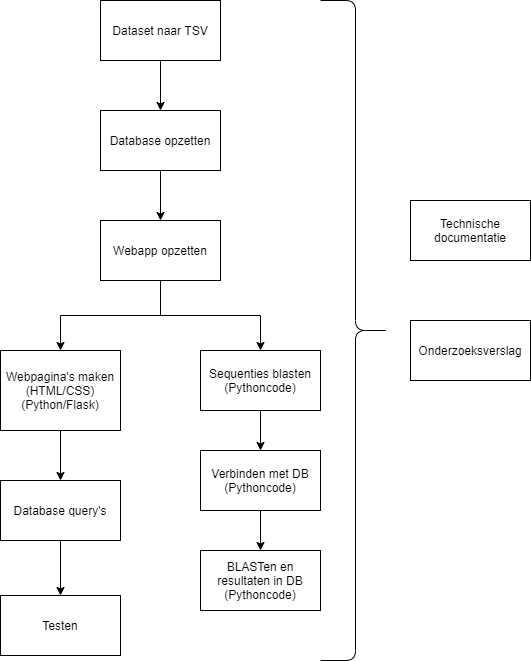
The draw.io diagram _doc/Flowchart Project.png in AmberPyckevet/han-bi4a-1c-3-project, before a commit. Source tidied: cells renumbered, new cells last; positions are measured from the earlier drawing's top-left corner, leaving out a move shared by most shapes. Its diagram source:
```xml
<mxGraphModel>
  <root>
    <mxCell id="0" />
    <mxCell id="1" parent="0" />
    <mxCell id="2" style="edgeStyle=orthogonalEdgeStyle;rounded=0;jettySize=auto;html=1;" parent="1" edge="1" source="3" target="6">
      <mxGeometry relative="1" as="geometry" />
    </mxCell>
    <mxCell id="3" value="Database opzetten" style="rounded=0;whiteSpace=wrap;html=1;" parent="1" vertex="1">
      <mxGeometry x="100" y="110" width="120" height="60" as="geometry" />
    </mxCell>
    <mxCell id="4" style="edgeStyle=orthogonalEdgeStyle;rounded=0;jettySize=auto;html=1;" parent="1" edge="1" source="6" target="8">
      <mxGeometry relative="1" as="geometry" />
    </mxCell>
    <mxCell id="5" style="edgeStyle=orthogonalEdgeStyle;rounded=0;jettySize=auto;html=1;" parent="1" edge="1" source="6" target="10">
      <mxGeometry relative="1" as="geometry" />
    </mxCell>
    <mxCell id="6" value="Webapp opzetten" style="rounded=0;whiteSpace=wrap;html=1;" parent="1" vertex="1">
      <mxGeometry x="100" y="220" width="120" height="60" as="geometry" />
    </mxCell>
    <mxCell id="7" style="edgeStyle=orthogonalEdgeStyle;rounded=0;jettySize=auto;html=1;" parent="1" edge="1" source="8" target="21">
      <mxGeometry relative="1" as="geometry" />
    </mxCell>
    <mxCell id="8" value="Webpagina's maken&lt;br&gt;(HTML/CSS)&lt;br&gt;(Python/Flask)" style="rounded=0;whiteSpace=wrap;html=1;" parent="1" vertex="1">
      <mxGeometry y="350" width="120" height="80" as="geometry" />
    </mxCell>
    <mxCell id="9" style="edgeStyle=orthogonalEdgeStyle;rounded=0;jettySize=auto;html=1;" parent="1" edge="1" source="10" target="15">
      <mxGeometry relative="1" as="geometry" />
    </mxCell>
    <mxCell id="10" value="Sequenties blasten&lt;br&gt;(Pythoncode)" style="rounded=0;whiteSpace=wrap;html=1;" parent="1" vertex="1">
      <mxGeometry x="200" y="350" width="120" height="60" as="geometry" />
    </mxCell>
    <mxCell id="11" value="BLASTen en resultaten in DB&lt;br&gt;(Pythoncode)" style="rounded=0;whiteSpace=wrap;html=1;" parent="1" vertex="1">
      <mxGeometry x="200" y="550" width="120" height="60" as="geometry" />
    </mxCell>
    <mxCell id="12" value="Onderzoeksverslag" style="rounded=0;whiteSpace=wrap;html=1;" parent="1" vertex="1">
      <mxGeometry x="410" y="320" width="120" height="60" as="geometry" />
    </mxCell>
    <mxCell id="13" value="Testen" style="rounded=0;whiteSpace=wrap;html=1;" parent="1" vertex="1">
      <mxGeometry y="595" width="120" height="60" as="geometry" />
    </mxCell>
    <mxCell id="14" style="edgeStyle=orthogonalEdgeStyle;rounded=0;jettySize=auto;html=1;" parent="1" edge="1" source="15" target="11">
      <mxGeometry relative="1" as="geometry" />
    </mxCell>
    <mxCell id="15" value="Verbinden met DB&lt;br&gt;(Pythoncode)" style="rounded=0;whiteSpace=wrap;html=1;" parent="1" vertex="1">
      <mxGeometry x="200" y="450" width="120" height="60" as="geometry" />
    </mxCell>
    <mxCell id="16" style="edgeStyle=orthogonalEdgeStyle;rounded=0;jettySize=auto;html=1;" parent="1" edge="1" source="17" target="3">
      <mxGeometry relative="1" as="geometry" />
    </mxCell>
    <mxCell id="17" value="Dataset naar TSV" style="rounded=0;whiteSpace=wrap;html=1;" parent="1" vertex="1">
      <mxGeometry x="100" width="120" height="60" as="geometry" />
    </mxCell>
    <mxCell id="18" value="Technische documentatie" style="rounded=0;whiteSpace=wrap;html=1;" parent="1" vertex="1">
      <mxGeometry x="410" y="200" width="120" height="60" as="geometry" />
    </mxCell>
    <mxCell id="19" style="shape=curlyBracket;whiteSpace=wrap;html=1;rounded=1;rotation=-180;" parent="1" vertex="1">
      <mxGeometry x="320" width="70" height="660" as="geometry" />
    </mxCell>
    <mxCell id="20" style="edgeStyle=orthogonalEdgeStyle;rounded=0;jettySize=auto;html=1;entryX=0.5;entryY=0;entryDx=0;entryDy=0;" parent="1" edge="1" source="21" target="13">
      <mxGeometry relative="1" as="geometry" />
    </mxCell>
    <mxCell id="21" value="Database query's" style="rounded=0;whiteSpace=wrap;html=1;" parent="1" vertex="1">
      <mxGeometry y="480" width="120" height="60" as="geometry" />
    </mxCell>
  </root>
</mxGraphModel>
```
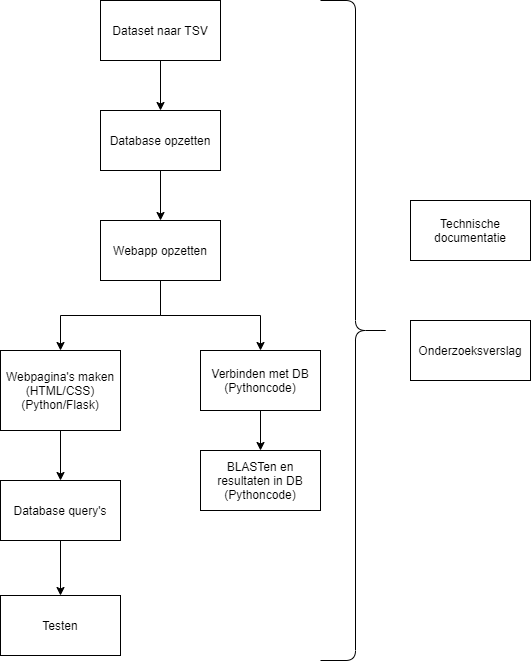
Above is the later version.

The edit, as a diff of the source:
```diff
@@ -11,9 +11,9 @@
     <mxCell id="4" style="edgeStyle=orthogonalEdgeStyle;rounded=0;jettySize=auto;html=1;" parent="1" edge="1" source="6" target="8">
       <mxGeometry relative="1" as="geometry" />
     </mxCell>
-    <mxCell id="5" style="edgeStyle=orthogonalEdgeStyle;rounded=0;jettySize=auto;html=1;" parent="1" edge="1" source="6" target="10">
-      <mxGeometry relative="1" as="geometry" />
-    </mxCell>
+    <mxCell id="22" style="edgeStyle=orthogonalEdgeStyle;rounded=0;jettySize=auto;html=1;entryX=0.5;entryY=0;entryDx=0;entryDy=0;" parent="1" edge="1" source="6" target="15">
+      <mxGeometry relative="1" as="geometry" />
+    </mxCell>
     <mxCell id="6" value="Webapp opzetten" style="rounded=0;whiteSpace=wrap;html=1;" parent="1" vertex="1">
       <mxGeometry x="100" y="220" width="120" height="60" as="geometry" />
     </mxCell>
@@ -23,14 +23,8 @@
     <mxCell id="8" value="Webpagina's maken&lt;br&gt;(HTML/CSS)&lt;br&gt;(Python/Flask)" style="rounded=0;whiteSpace=wrap;html=1;" parent="1" vertex="1">
       <mxGeometry y="350" width="120" height="80" as="geometry" />
     </mxCell>
-    <mxCell id="9" style="edgeStyle=orthogonalEdgeStyle;rounded=0;jettySize=auto;html=1;" parent="1" edge="1" source="10" target="15">
-      <mxGeometry relative="1" as="geometry" />
-    </mxCell>
-    <mxCell id="10" value="Sequenties blasten&lt;br&gt;(Pythoncode)" style="rounded=0;whiteSpace=wrap;html=1;" parent="1" vertex="1">
-      <mxGeometry x="200" y="350" width="120" height="60" as="geometry" />
-    </mxCell>
     <mxCell id="11" value="BLASTen en resultaten in DB&lt;br&gt;(Pythoncode)" style="rounded=0;whiteSpace=wrap;html=1;" parent="1" vertex="1">
-      <mxGeometry x="200" y="550" width="120" height="60" as="geometry" />
+      <mxGeometry x="200" y="450" width="120" height="60" as="geometry" />
     </mxCell>
     <mxCell id="12" value="Onderzoeksverslag" style="rounded=0;whiteSpace=wrap;html=1;" parent="1" vertex="1">
       <mxGeometry x="410" y="320" width="120" height="60" as="geometry" />
@@ -42,7 +36,7 @@
       <mxGeometry relative="1" as="geometry" />
     </mxCell>
     <mxCell id="15" value="Verbinden met DB&lt;br&gt;(Pythoncode)" style="rounded=0;whiteSpace=wrap;html=1;" parent="1" vertex="1">
-      <mxGeometry x="200" y="450" width="120" height="60" as="geometry" />
+      <mxGeometry x="200" y="350" width="120" height="60" as="geometry" />
     </mxCell>
     <mxCell id="16" style="edgeStyle=orthogonalEdgeStyle;rounded=0;jettySize=auto;html=1;" parent="1" edge="1" source="17" target="3">
       <mxGeometry relative="1" as="geometry" />
```
